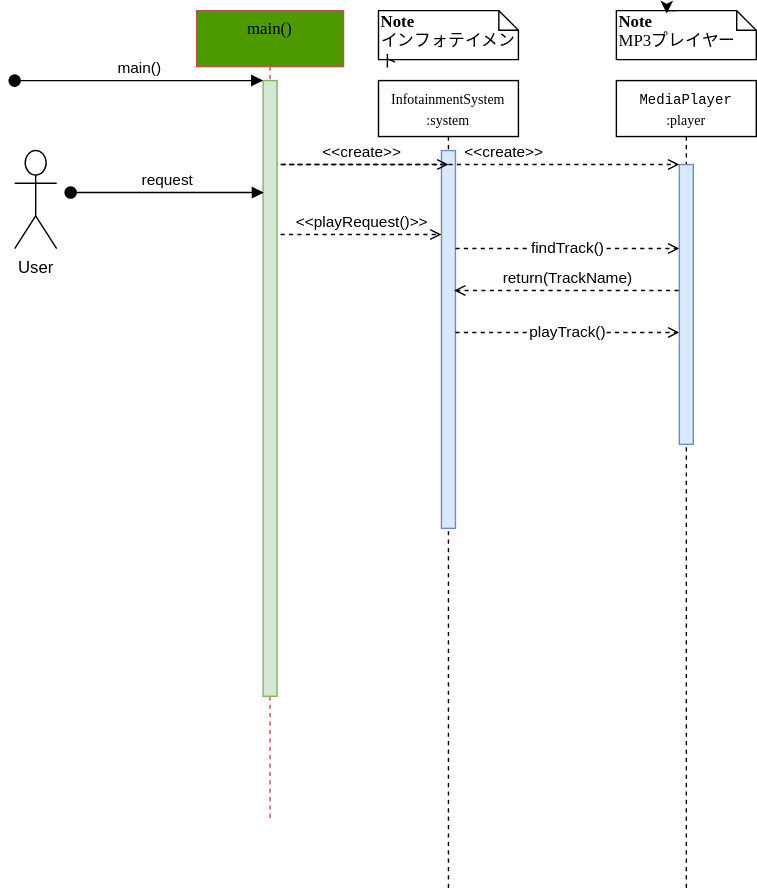
This is exercises/exercise3/sequence.drawio.svg from iwakawa0510/UML_Practice, a draw.io export, as it was before one commit. Source tidied: cells renumbered, new cells last; positions are measured from the earlier drawing's top-left corner, leaving out a move shared by most shapes.
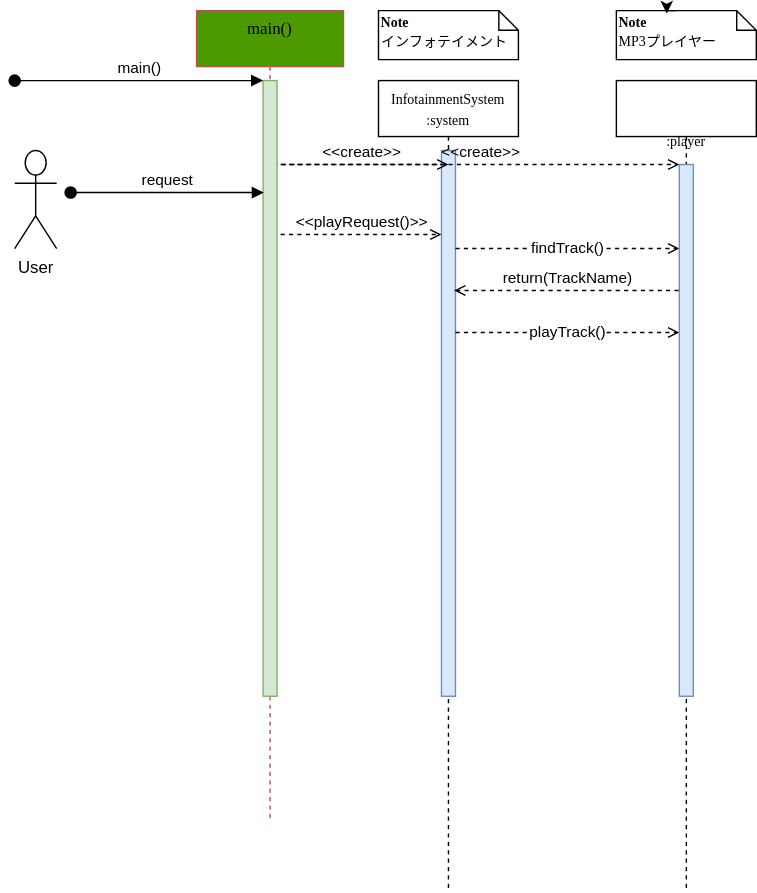
After the commit.

Diff of the diagram source:
```diff
@@ -6,7 +6,7 @@
       <mxGeometry x="260" y="50" width="100" height="580" as="geometry" />
     </mxCell>
     <mxCell id="3" style="html=1;perimeter=orthogonalPerimeter;rounded=0;shadow=0;comic=0;labelBackgroundColor=none;strokeWidth=1;fontFamily=Verdana;fontSize=12;align=center;fillColor=#dae8fc;strokeColor=#6c8ebf;" parent="2" vertex="1">
-      <mxGeometry x="45" y="50" width="10" height="270" as="geometry" />
+      <mxGeometry x="45" y="50" width="10" height="390" as="geometry" />
     </mxCell>
     <mxCell id="4" value="&amp;lt;&amp;lt;create&amp;gt;&amp;gt;" style="html=1;verticalAlign=bottom;labelBackgroundColor=none;endArrow=open;endFill=0;dashed=1;rounded=0;" parent="2" edge="1">
       <mxGeometry relative="1" as="geometry">
@@ -30,7 +30,7 @@
       <mxGeometry x="430" y="50" width="100" height="580" as="geometry" />
     </mxCell>
     <mxCell id="8" style="html=1;perimeter=orthogonalPerimeter;rounded=0;shadow=0;comic=0;labelBackgroundColor=none;strokeWidth=1;fontFamily=Verdana;fontSize=12;align=center;fillColor=#dae8fc;strokeColor=#6c8ebf;" parent="7" vertex="1">
-      <mxGeometry x="45" y="60" width="10" height="200" as="geometry" />
+      <mxGeometry x="45" y="60" width="10" height="380" as="geometry" />
     </mxCell>
     <mxCell id="9" value="main()&lt;div&gt;&lt;br style=&quot;font-family: Helvetica; font-size: 11px; text-wrap-mode: nowrap; background-color: rgb(255, 255, 255);&quot;&gt;&lt;/div&gt;" style="shape=umlLifeline;perimeter=lifelinePerimeter;whiteSpace=wrap;html=1;rounded=0;shadow=0;comic=0;labelBackgroundColor=none;strokeWidth=1;fontFamily=Verdana;fontSize=12;align=center;fillColor=#4D9900;strokeColor=#b85450;size=40;" parent="1" vertex="1">
       <mxGeometry x="130" width="105" height="580" as="geometry" />
@@ -50,10 +50,10 @@
         <mxPoint x="175" y="160" as="targetPoint" />
       </mxGeometry>
     </mxCell>
-    <mxCell id="13" value="&lt;b&gt;Note&lt;br&gt;&lt;/b&gt;インフォテイメント" style="shape=note;whiteSpace=wrap;html=1;size=14;verticalAlign=top;align=left;spacingTop=-6;rounded=0;shadow=0;comic=0;labelBackgroundColor=none;strokeWidth=1;fontFamily=Verdana;fontSize=12;" parent="1" vertex="1">
+    <mxCell id="13" value="&lt;font style=&quot;font-size: 10px;&quot;&gt;&lt;b&gt;Note&lt;br&gt;&lt;/b&gt;インフォテイメント&lt;/font&gt;" style="shape=note;whiteSpace=wrap;html=1;size=14;verticalAlign=top;align=left;spacingTop=-6;rounded=0;shadow=0;comic=0;labelBackgroundColor=none;strokeWidth=1;fontFamily=Verdana;fontSize=12;" parent="1" vertex="1">
       <mxGeometry x="260" width="100" height="35" as="geometry" />
     </mxCell>
-    <mxCell id="14" value="&lt;b&gt;Note&lt;br&gt;&lt;/b&gt;MP3プレイヤー" style="shape=note;whiteSpace=wrap;html=1;size=14;verticalAlign=top;align=left;spacingTop=-6;rounded=0;shadow=0;comic=0;labelBackgroundColor=none;strokeWidth=1;fontFamily=Verdana;fontSize=12;" parent="1" vertex="1">
+    <mxCell id="14" value="&lt;font style=&quot;font-size: 10px;&quot;&gt;&lt;b&gt;Note&lt;br&gt;&lt;/b&gt;MP3プレイヤー&lt;/font&gt;" style="shape=note;whiteSpace=wrap;html=1;size=14;verticalAlign=top;align=left;spacingTop=-6;rounded=0;shadow=0;comic=0;labelBackgroundColor=none;strokeWidth=1;fontFamily=Verdana;fontSize=12;" parent="1" vertex="1">
       <mxGeometry x="430" width="100" height="35" as="geometry" />
     </mxCell>
     <mxCell id="15" value="User&lt;div&gt;&lt;br&gt;&lt;/div&gt;" style="shape=umlActor;verticalLabelPosition=bottom;verticalAlign=top;html=1;" parent="1" vertex="1">
```
